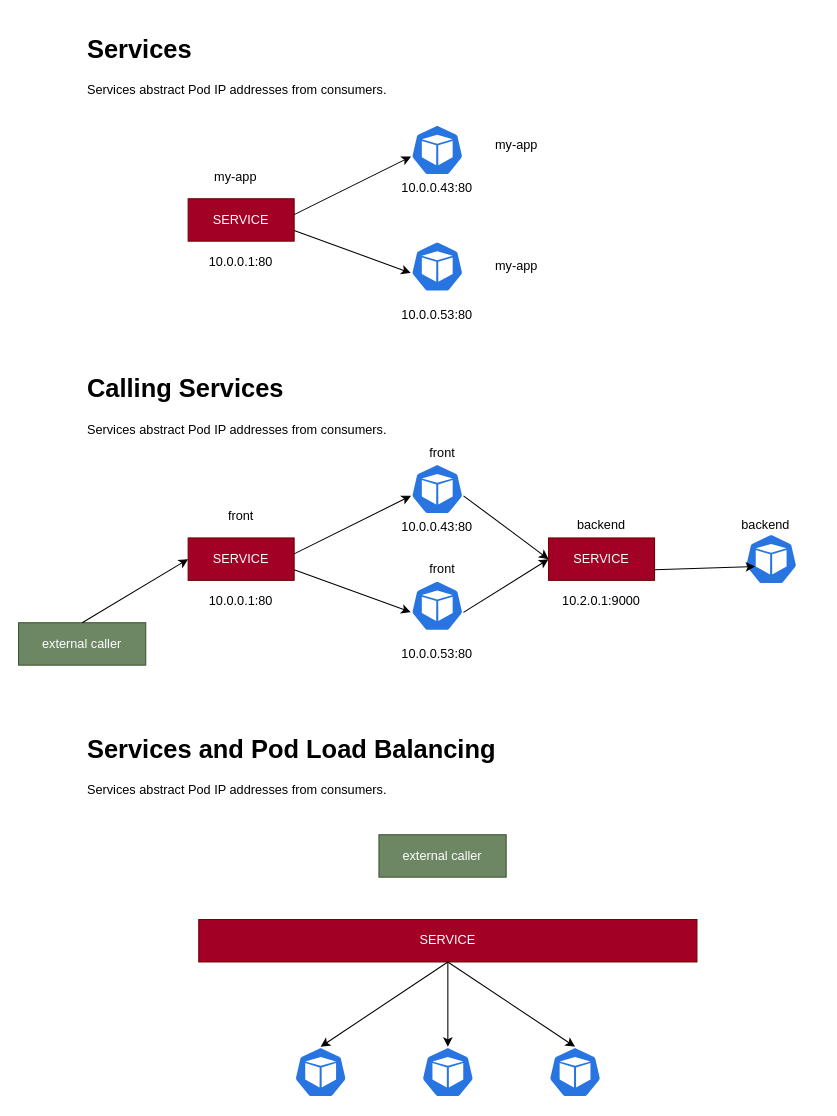
This is page "Page-1" (1 of 5) of 01-k8s-basic-features/k8s-basics.drawio from Lemoncode/k8s-fundamentals, a draw.io file, before an edit. Source tidied: cells renumbered, new cells numbered last; positions are measured from the earlier drawing's top-left corner, leaving out a move shared by most shapes. Both pictures are drawn from the tidied source at 106%, with x=0, y=0 at pixel (18, 29).
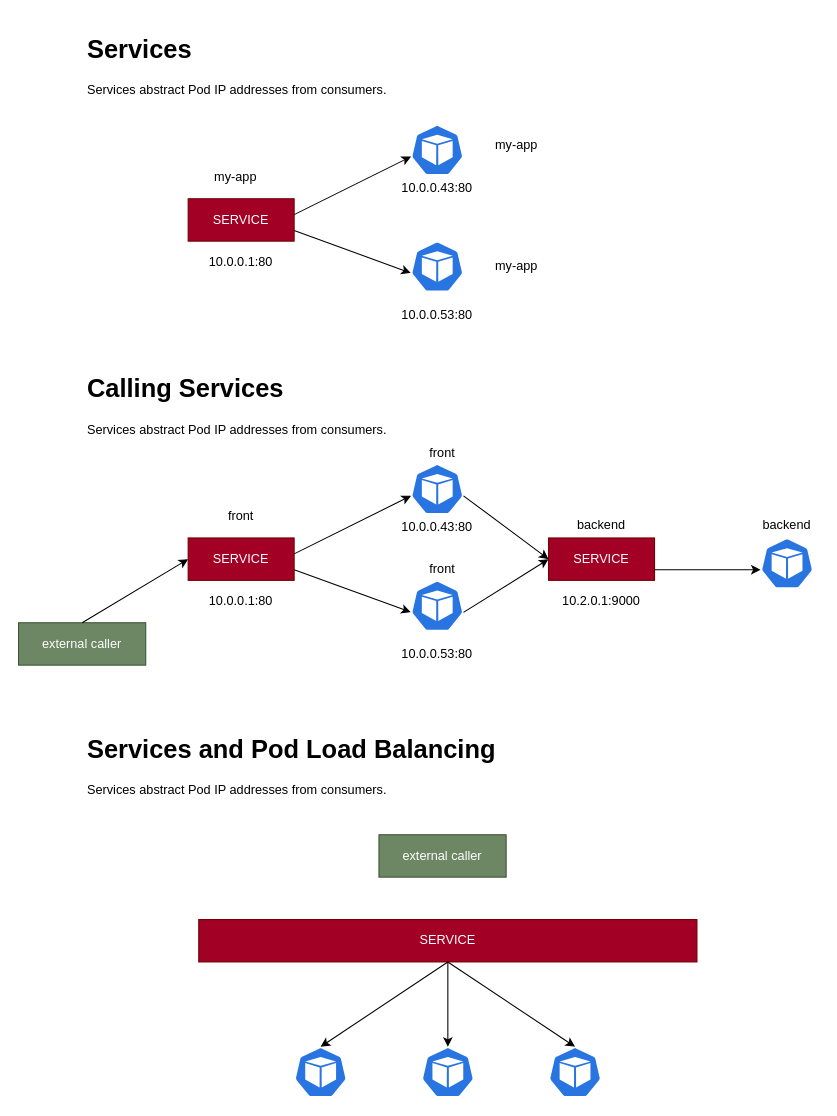
The same page after the edit.

Unchanged cells that the change refers to:
```xml
<mxCell id="28" value="SERVICE" style="rounded=0;whiteSpace=wrap;html=1;fillColor=#a20025;strokeColor=#6F0000;fontColor=#ffffff;" parent="1" vertex="1">
  <mxGeometry x="500" y="480" width="100" height="40" as="geometry" />
</mxCell>
```

What changed in the source:
```diff
@@
     <mxCell id="32" style="sketch=0;html=1;dashed=0;whitespace=wrap;fillColor=#2875E2;strokeColor=#ffffff;points=[[0.005,0.63,0],[0.1,0.2,0],[0.9,0.2,0],[0.5,0,0],[0.995,0.63,0],[0.72,0.99,0],[0.5,1,0],[0.28,0.99,0]];shape=mxgraph.kubernetes.icon;prIcon=pod;" parent="1" vertex="1">
-      <mxGeometry x="685" y="476" width="50" height="48" as="geometry" />
+      <mxGeometry x="700" y="480" width="50" height="48" as="geometry" />
     </mxCell>
-    <mxCell id="33" style="endArrow=classic;html=1;entryX=0.2;entryY=0.646;entryDx=0;entryDy=0;entryPerimeter=0;exitX=1;exitY=0.75;exitDx=0;exitDy=0;" parent="1" edge="1" source="28" target="32">
-      <mxGeometry relative="1" as="geometry" />
+    <mxCell id="33" style="endArrow=classic;html=1;exitX=1;exitY=0.75;exitDx=0;exitDy=0;" parent="1" edge="1" source="28">
+      <mxGeometry relative="1" as="geometry">
+        <mxPoint x="700" y="510" as="targetPoint" />
+      </mxGeometry>
     </mxCell>
@@
     <mxCell id="35" value="backend" style="text;html=1;strokeColor=none;fillColor=none;align=center;verticalAlign=middle;whiteSpace=wrap;rounded=0;" parent="1" vertex="1">
-      <mxGeometry x="675" y="458" width="60" height="20" as="geometry" />
+      <mxGeometry x="695" y="458" width="60" height="20" as="geometry" />
     </mxCell>
```
